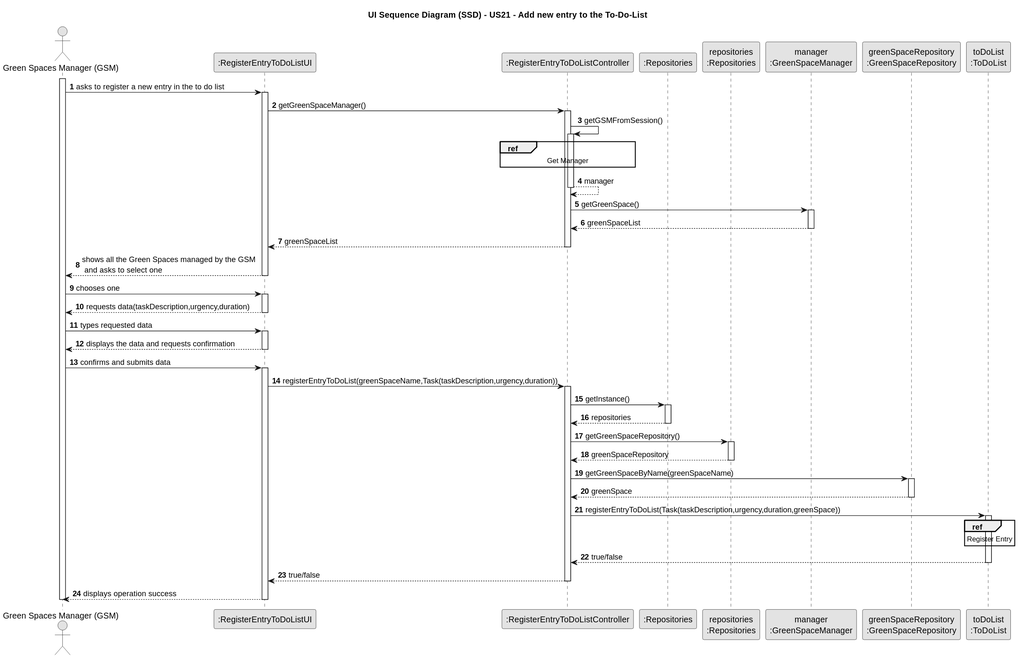
This is docs/sprint3/us21/03.design/svg/us21-sequence-diagram.svg from Departamento-de-Engenharia-Informatica/lei-24-s2-1db-g022, a PlantUML export, as it was before one commit. The source it was exported from:
```plantuml
@startuml
skinparam monochrome true
skinparam packageStyle rectangle
skinparam shadowing false

title UI Sequence Diagram (SSD) - US21 - Add new entry to the To-Do-List

autonumber

actor "Green Spaces Manager (GSM)" as GSM
participant ":RegisterEntryToDoListUI" as UI
participant ":RegisterEntryToDoListController" as CTRL
participant ":Repositories" as RepositorySingleton
participant "repositories\n:Repositories" as PLAT
participant "manager\n:GreenSpaceManager" as GSMO
participant "greenSpaceRepository\n:GreenSpaceRepository" as GSR
participant "toDoList\n:ToDoList" as TDL

activate GSM

        GSM -> UI : asks to register a new entry in the to do list
    activate UI

        UI -> CTRL : getGreenSpaceManager()
    activate CTRL

        CTRL -> CTRL : getGSMFromSession()
    activate CTRL

        ref over CTRL
            Get Manager
        end ref

        CTRL --> CTRL : manager
    deactivate CTRL


        CTRL -> GSMO : getGreenSpace()
    activate GSMO

        GSMO --> CTRL : greenSpaceList
    deactivate GSMO

        CTRL --> UI : greenSpaceList
    deactivate CTRL

        UI --> GSM : shows all the Green Spaces managed by the GSM \n and asks to select one
    deactivate UI

        GSM->UI: chooses one
    activate UI

        UI --> GSM : requests data(taskDescription,urgency,duration)
    deactivate UI

        GSM -> UI : types requested data
    activate UI

        UI --> GSM : displays the data and requests confirmation
    deactivate UI

        GSM -> UI : confirms and submits data
    activate UI

        UI -> CTRL: registerEntryToDoList(greenSpaceName,Task(taskDescription,urgency,duration))
    activate CTRL

        CTRL -> RepositorySingleton : getInstance()
    activate RepositorySingleton

        RepositorySingleton --> CTRL: repositories
    deactivate RepositorySingleton

        CTRL -> PLAT: getGreenSpaceRepository()
    activate PLAT

        PLAT --> CTRL: greenSpaceRepository
    deactivate PLAT

        CTRL -> GSR : getGreenSpaceByName(greenSpaceName)
    activate GSR

        GSR --> CTRL : greenSpace
    deactivate GSR

        CTRL -> TDL : registerEntryToDoList(Task(taskDescription,urgency,duration,greenSpace))
    activate TDL

        ref over TDL
            Register Entry
        end

        TDL --> CTRL : true/false
    deactivate TDL

        CTRL --> UI : true/false
    deactivate CTRL

        UI --> GSM : displays operation success
    deactivate UI

deactivate GSM
@enduml
```
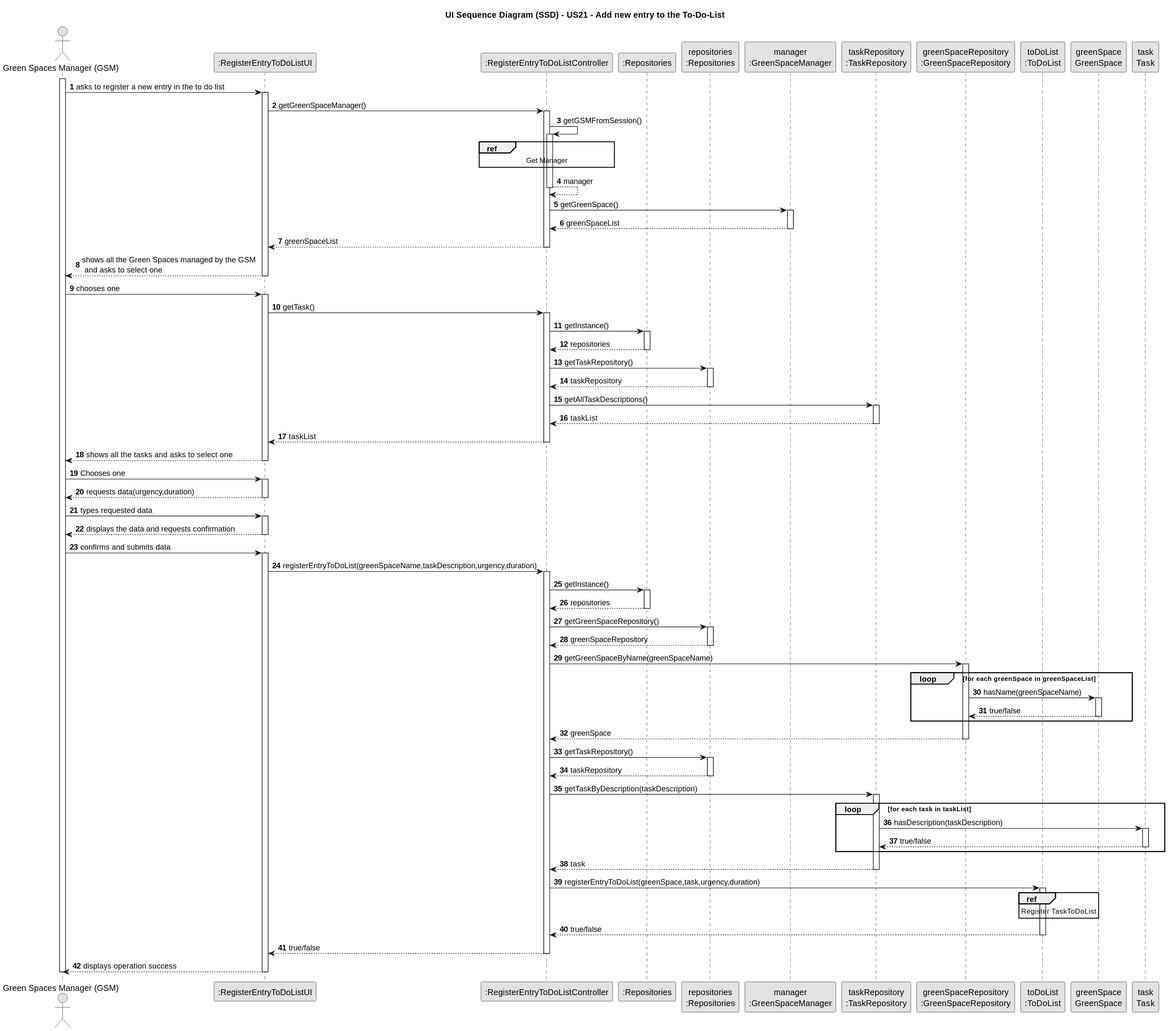
Later version of the same file.

Change to the diagram source:
```diff
@@ -13,8 +13,12 @@
 participant ":Repositories" as RepositorySingleton
 participant "repositories\n:Repositories" as PLAT
 participant "manager\n:GreenSpaceManager" as GSMO
+participant "taskRepository\n:TaskRepository" as TR
 participant "greenSpaceRepository\n:GreenSpaceRepository" as GSR
 participant "toDoList\n:ToDoList" as TDL
+participant "greenSpace\nGreenSpace" as GREENSPACE
+participant "task\nTask" as TASK
+
 
 activate GSM
 
@@ -50,7 +54,37 @@
         GSM->UI: chooses one
     activate UI
 
-        UI --> GSM : requests data(taskDescription,urgency,duration)
+        UI-> CTRL : getTask()
+    activate CTRL
+
+        CTRL -> RepositorySingleton : getInstance()
+    activate RepositorySingleton
+
+        RepositorySingleton --> CTRL: repositories
+    deactivate RepositorySingleton
+
+        CTRL -> PLAT: getTaskRepository()
+    activate PLAT
+
+        PLAT --> CTRL: taskRepository
+    deactivate PLAT
+
+        CTRL -> TR : getAllTaskDescriptions()
+    activate TR
+
+        TR --> CTRL : taskList
+    deactivate TR
+
+        CTRL --> UI : taskList
+    deactivate CTRL
+
+        UI --> GSM : shows all the tasks and asks to select one
+    deactivate UI
+
+        GSM -> UI : Chooses one
+    activate UI
+
+        UI --> GSM : requests data(urgency,duration)
     deactivate UI
 
         GSM -> UI : types requested data
@@ -62,7 +96,7 @@
         GSM -> UI : confirms and submits data
     activate UI
 
-        UI -> CTRL: registerEntryToDoList(greenSpaceName,Task(taskDescription,urgency,duration))
+        UI -> CTRL: registerEntryToDoList(greenSpaceName,taskDescription,urgency,duration)
     activate CTRL
 
         CTRL -> RepositorySingleton : getInstance()
@@ -80,14 +114,49 @@
         CTRL -> GSR : getGreenSpaceByName(greenSpaceName)
     activate GSR
 
+        loop for each greenSpace in greenSpaceList
+
+        GSR -> GREENSPACE : hasName(greenSpaceName)
+
+        activate GREENSPACE
+
+            GREENSPACE --> GSR : true/false
+
+        deactivate GREENSPACE
+
+        end
+
         GSR --> CTRL : greenSpace
     deactivate GSR
 
-        CTRL -> TDL : registerEntryToDoList(Task(taskDescription,urgency,duration,greenSpace))
+        CTRL -> PLAT: getTaskRepository()
+    activate PLAT
+
+        PLAT --> CTRL: taskRepository
+    deactivate PLAT
+
+        CTRL -> TR : getTaskByDescription(taskDescription)
+    activate TR
+        loop for each task in taskList
+
+        TR -> TASK : hasDescription(taskDescription)
+
+        activate TASK
+
+            TASK --> TR : true/false
+
+        deactivate TASK
+
+        end
+
+        TR --> CTRL : task
+    deactivate TR
+
+        CTRL -> TDL : registerEntryToDoList(greenSpace,task,urgency,duration)
     activate TDL
 
         ref over TDL
-            Register Entry
+            Register TaskToDoList
         end
 
         TDL --> CTRL : true/false
```
